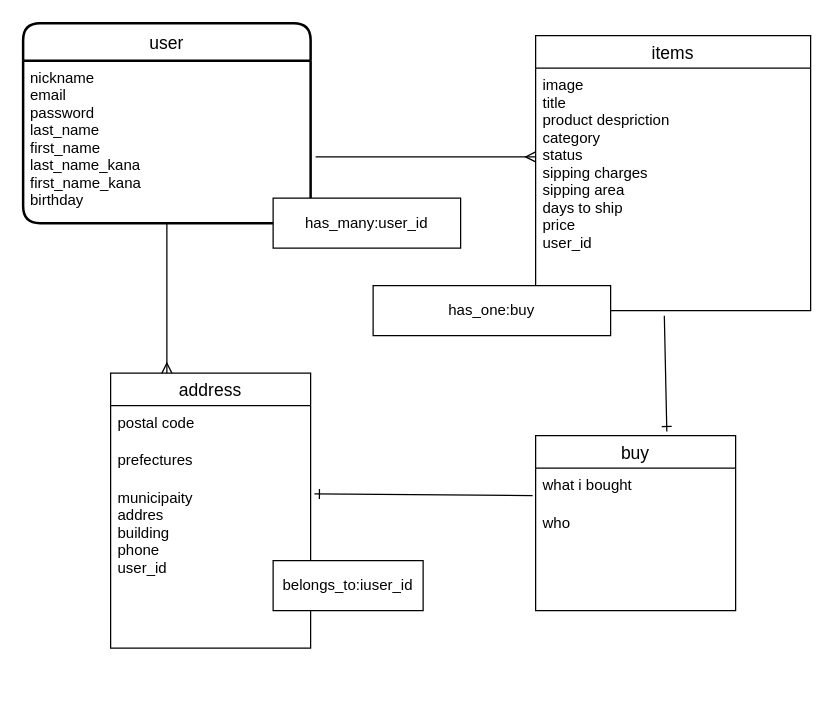
The draw.io diagram test.dio in jinmijhashi/furima-32871, before the edit. Source tidied: cells renumbered, new cells numbered last; positions are measured from the earlier drawing's top-left corner, leaving out a move shared by most shapes. Both pictures are drawn from the tidied source at 125%, with x=0, y=0 at pixel (22, 22).
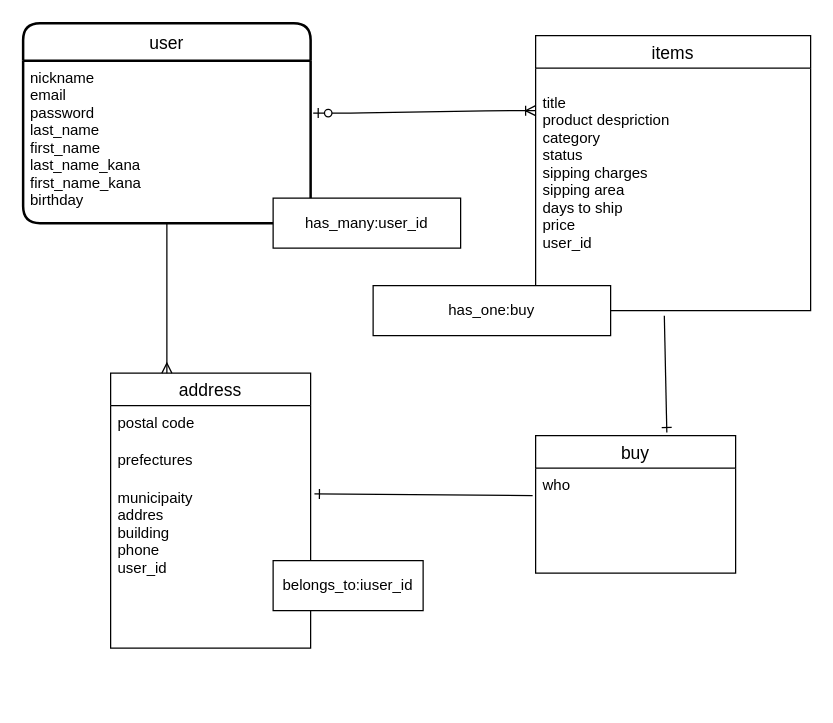
The same diagram, later.

Commit message (it also covers changes not shown here):
データベース修正

Unchanged cells that the change refers to:
```xml
<mxCell id="3" value="nickname&#10;email&#10;password&#10;last_name&#10;first_name&#10;last_name_kana&#10;first_name_kana&#10;birthday&#10;" style="align=left;strokeColor=none;fillColor=none;spacingLeft=4;fontSize=12;verticalAlign=top;" parent="2" vertex="1">
  <mxGeometry y="30" width="230" height="130" as="geometry" />
</mxCell>
<mxCell id="4" value="items" style="swimlane;fontStyle=0;horizontal=1;startSize=26;align=center;fontSize=14;" parent="1" vertex="1">
  <mxGeometry x="410" y="10" width="220" height="220" as="geometry" />
</mxCell>
<mxCell id="15" style="line;strokeWidth=1;dashed=0;labelPosition=right;align=left;verticalAlign=middle;spacingTop=0;spacingLeft=6;points=[];portConstraint=eastwest;strokeColor=none;" parent="1" vertex="1">
  <mxGeometry x="230" y="360" width="180" height="10" as="geometry" />
</mxCell>
<mxCell id="18" value="municipaity&#10;addres&#10;building&#10;phone&#10;user_id&#10;" style="text;strokeColor=none;fillColor=none;spacingLeft=4;spacingRight=4;overflow=hidden;points=[[0,0.5],[1,0.5]];portConstraint=eastwest;fontSize=12;" parent="1" vertex="1">
  <mxGeometry x="70" y="366" width="160" height="174" as="geometry" />
</mxCell>
```

The edit, as a diff of the source:
```diff
@@
-    <mxCell id="5" value="image&#10;title&#10;product despriction&#10;category&#10;status&#10;sipping charges&#10;sipping area&#10;days to ship&#10;price&#10;user_id" style="text;strokeColor=none;fillColor=none;spacingLeft=4;spacingRight=4;overflow=hidden;points=[[0,0.5],[1,0.5]];portConstraint=eastwest;fontSize=12;" parent="4" vertex="1">
+    <mxCell id="5" value="&#10;title&#10;product despriction&#10;category&#10;status&#10;sipping charges&#10;sipping area&#10;days to ship&#10;price&#10;user_id" style="text;strokeColor=none;fillColor=none;spacingLeft=4;spacingRight=4;overflow=hidden;points=[[0,0.5],[1,0.5]];portConstraint=eastwest;fontSize=12;" parent="4" vertex="1">
       <mxGeometry y="26" width="220" height="194" as="geometry" />
     </mxCell>
@@
-    <mxCell id="9" style="endArrow=none;html=1;rounded=0;edgeStyle=orthogonalEdgeStyle;startArrow=ERmany;startFill=0;" parent="1" edge="1">
-      <mxGeometry relative="1" as="geometry">
-        <mxPoint x="410" y="107" as="sourcePoint" />
-        <mxPoint x="234" y="107" as="targetPoint" />
-        <Array as="points">
-          <mxPoint x="234" y="107" />
-        </Array>
-      </mxGeometry>
-    </mxCell>
@@
     <mxCell id="12" value="buy" style="swimlane;fontStyle=0;horizontal=1;startSize=26;align=center;fontSize=14;" parent="1" vertex="1">
-      <mxGeometry x="410" y="330" width="160" height="140" as="geometry" />
+      <mxGeometry x="410" y="330" width="160" height="110" as="geometry" />
     </mxCell>
-    <mxCell id="13" value="what i bought" style="text;strokeColor=none;fillColor=none;spacingLeft=4;spacingRight=4;overflow=hidden;points=[[0,0.5],[1,0.5]];portConstraint=eastwest;fontSize=12;" parent="12" vertex="1">
-      <mxGeometry y="26" width="160" height="30" as="geometry" />
-    </mxCell>
     <mxCell id="14" value="who" style="text;strokeColor=none;fillColor=none;spacingLeft=4;spacingRight=4;overflow=hidden;fontSize=12;" parent="12" vertex="1">
-      <mxGeometry y="56" width="160" height="84" as="geometry" />
+      <mxGeometry y="26" width="160" height="84" as="geometry" />
     </mxCell>
@@
-    <mxCell id="16" style="endArrow=none;html=1;rounded=0;exitX=1.019;exitY=0.061;exitDx=0;exitDy=0;exitPerimeter=0;startArrow=ERone;startFill=0;entryX=-0.015;entryY=0.733;entryDx=0;entryDy=0;entryPerimeter=0;" parent="1" edge="1" source="18" target="13">
-      <mxGeometry relative="1" as="geometry" />
+    <mxCell id="16" style="endArrow=none;html=1;rounded=0;exitX=1.019;exitY=0.061;exitDx=0;exitDy=0;exitPerimeter=0;startArrow=ERone;startFill=0;entryX=-0.015;entryY=0.733;entryDx=0;entryDy=0;entryPerimeter=0;" parent="1" edge="1" source="18">
+      <mxGeometry relative="1" as="geometry">
+        <mxPoint x="407.6" y="378" as="targetPoint" />
+      </mxGeometry>
     </mxCell>
-    <mxCell id="17" style="edgeStyle=none;rounded=0;jettySize=auto;html=1;startArrow=ERone;startFill=0;endArrow=none;" parent="1" edge="1" source="13" target="15">
-      <mxGeometry relative="1" as="geometry" />
+    <mxCell id="17" style="edgeStyle=none;rounded=0;jettySize=auto;html=1;startArrow=ERone;startFill=0;endArrow=none;" parent="1" edge="1" target="15">
+      <mxGeometry relative="1" as="geometry">
+        <mxPoint x="410" y="368.2" as="sourcePoint" />
+      </mxGeometry>
     </mxCell>
@@
+    <mxCell id="23" style="edgeStyle=entityRelationEdgeStyle;fontSize=12;html=1;endArrow=ERoneToMany;startArrow=ERzeroToOne;exitX=1.009;exitY=0.323;exitDx=0;exitDy=0;exitPerimeter=0;" parent="1" edge="1" source="3">
+      <mxGeometry relative="1" as="geometry">
+        <mxPoint x="410" y="70" as="targetPoint" />
+      </mxGeometry>
+    </mxCell>
```
